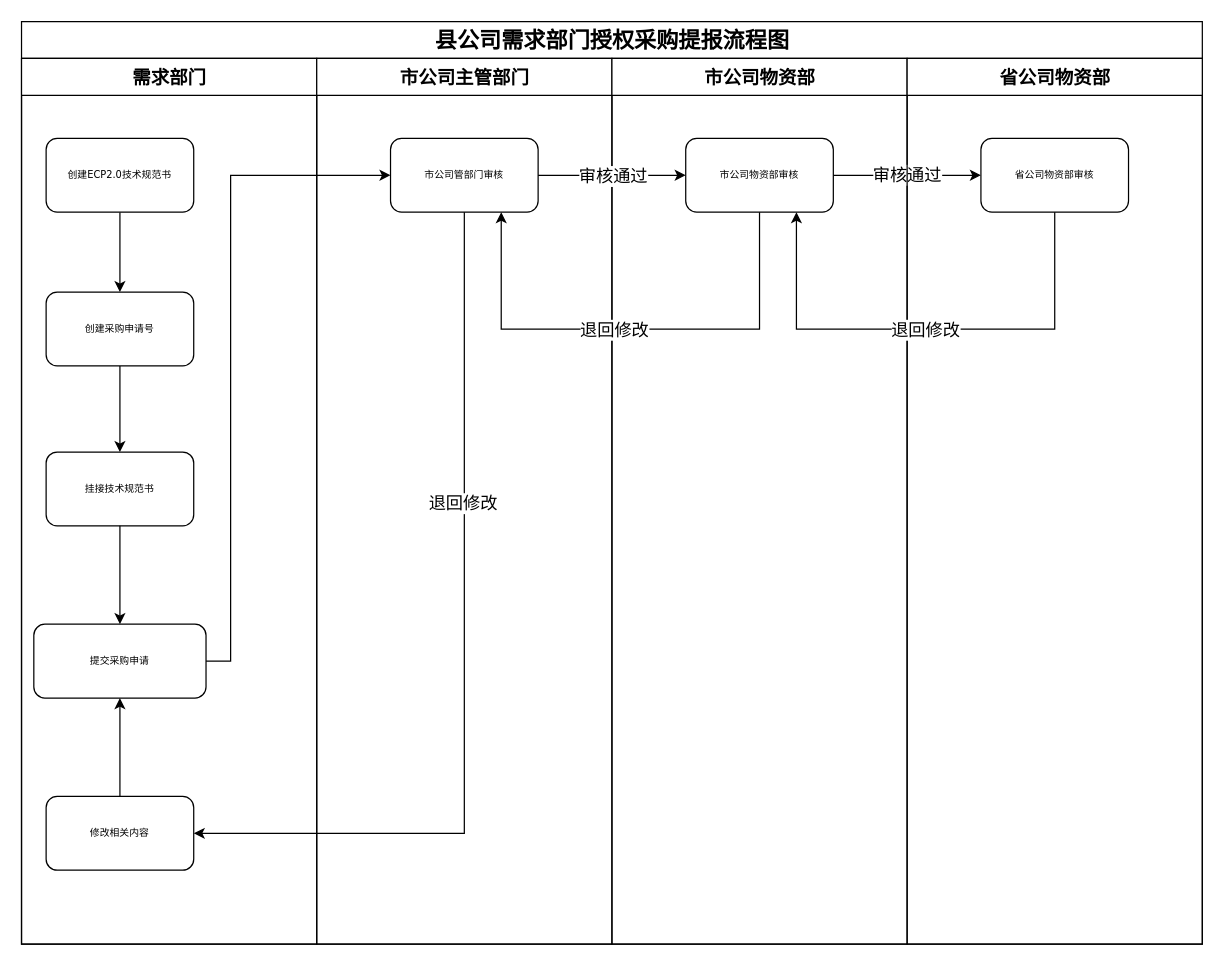
KongValley/hugo keeps this draw.io diagram as 县公司提报流程.drawio. Above is the earlier version. Source tidied: cells renumbered, new cells numbered last; positions are measured from the earlier drawing's top-left corner, leaving out a move shared by most shapes. Both pictures are drawn from the tidied source at 123%, with x=0, y=0 at pixel (21, 21).
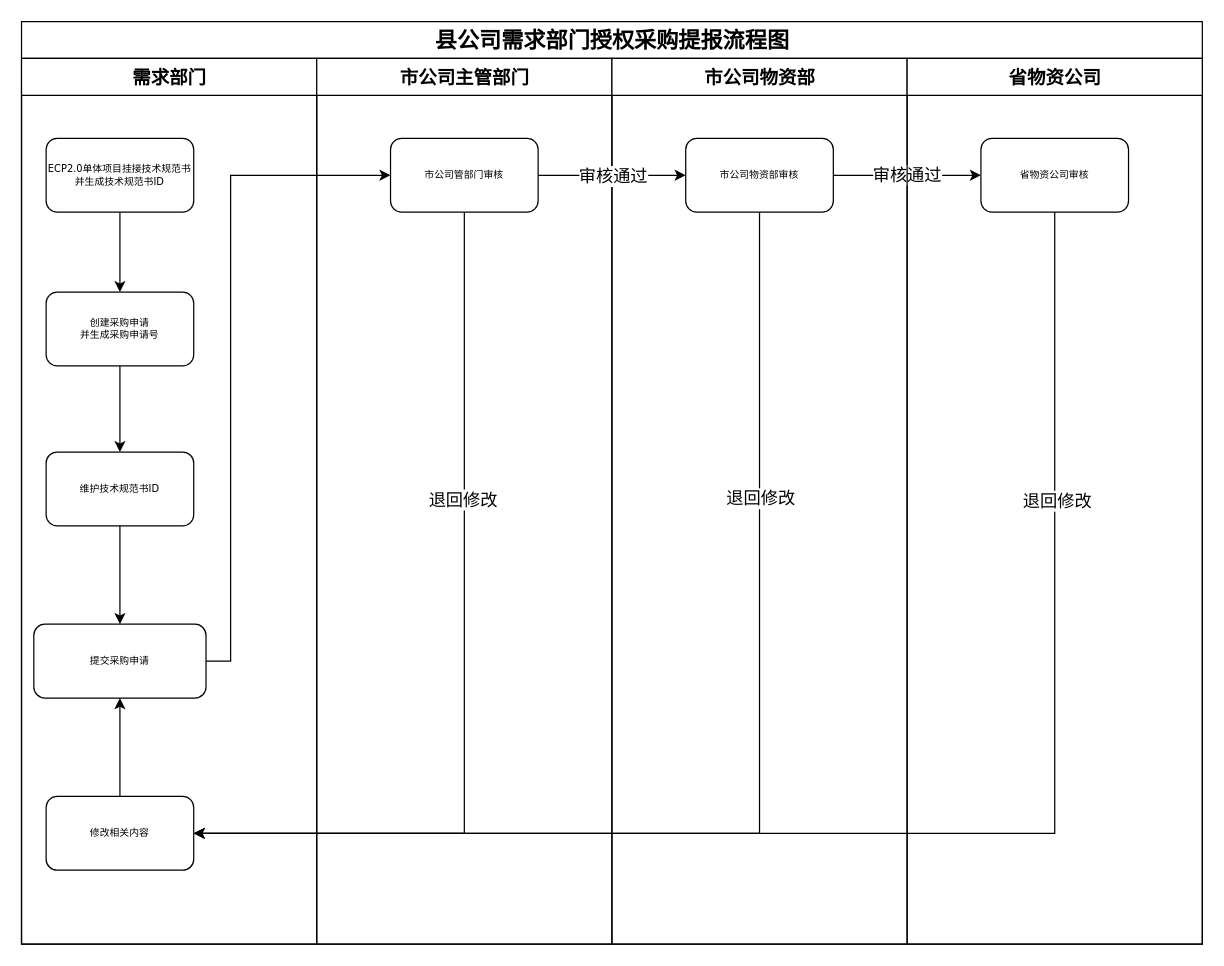
The same diagram, later.

Commit message:
Update 县公司提报流程.drawio

Unchanged cells that the change refers to:
```xml
<mxCell id="2" value="&lt;font style=&quot;font-size: 18px;&quot;&gt;县公司需求部门授权采购提报流程图&lt;/font&gt;" style="swimlane;html=1;startSize=30;rounded=0;shadow=0;labelBackgroundColor=none;strokeWidth=1;fontFamily=Verdana;fontSize=18;align=center;" parent="1" vertex="1">
  <mxGeometry width="960" height="750" as="geometry" />
</mxCell>
<mxCell id="3" value="需求部门" style="swimlane;html=1;startSize=30;fontSize=15;" parent="2" vertex="1">
  <mxGeometry y="30" width="240" height="720" as="geometry" />
</mxCell>
<mxCell id="10" value="市公司管部门审核" style="whiteSpace=wrap;html=1;rounded=1;shadow=0;fontFamily=Verdana;fontSize=8;strokeWidth=1;" parent="9" vertex="1">
  <mxGeometry x="60" y="65" width="120" height="60" as="geometry" />
</mxCell>
<mxCell id="12" value="市公司物资部审核" style="whiteSpace=wrap;html=1;rounded=1;shadow=0;fontFamily=Verdana;fontSize=8;strokeWidth=1;" parent="11" vertex="1">
  <mxGeometry x="60" y="65" width="120" height="60" as="geometry" />
</mxCell>
<mxCell id="25" style="edgeStyle=orthogonalEdgeStyle;rounded=0;jettySize=auto;html=1;fontSize=14;entryX=1;entryY=0.5;entryDx=0;entryDy=0;" parent="1" edge="1" source="10" target="28">
  <mxGeometry relative="1" as="geometry">
    <Array as="points">
      <mxPoint x="360" y="660" />
    </Array>
  </mxGeometry>
</mxCell>
<mxCell id="28" value="修改相关内容" style="whiteSpace=wrap;html=1;rounded=1;shadow=0;fontFamily=Verdana;fontSize=8;strokeWidth=1;" parent="1" vertex="1">
  <mxGeometry x="20" y="630" width="120" height="60" as="geometry" />
</mxCell>
```

Diff of the diagram source:
```diff
@@
-    <mxCell id="5" value="创建ECP2.0技术规范书" style="rounded=1;whiteSpace=wrap;html=1;shadow=0;labelBackgroundColor=none;strokeWidth=1;fontFamily=Verdana;fontSize=8;align=center;" parent="3" vertex="1">
+    <mxCell id="5" value="ECP2.0单体项目挂接技术规范书并生成技术规范书ID" style="rounded=1;whiteSpace=wrap;html=1;shadow=0;labelBackgroundColor=none;strokeWidth=1;fontFamily=Verdana;fontSize=8;align=center;" parent="3" vertex="1">
       <mxGeometry x="20" y="65" width="120" height="60" as="geometry" />
     </mxCell>
@@
-    <mxCell id="7" value="创建采购申请号" style="rounded=1;whiteSpace=wrap;html=1;shadow=0;labelBackgroundColor=none;strokeWidth=1;fontFamily=Verdana;fontSize=8;align=center;" parent="3" vertex="1">
+    <mxCell id="7" value="创建采购申请&lt;br&gt;并生成采购申请号" style="rounded=1;whiteSpace=wrap;html=1;shadow=0;labelBackgroundColor=none;strokeWidth=1;fontFamily=Verdana;fontSize=8;align=center;" parent="3" vertex="1">
       <mxGeometry x="20" y="190" width="120" height="60" as="geometry" />
     </mxCell>
-    <mxCell id="8" value="挂接技术规范书" style="rounded=1;whiteSpace=wrap;html=1;shadow=0;labelBackgroundColor=none;strokeWidth=1;fontFamily=Verdana;fontSize=8;align=center;" parent="3" vertex="1">
+    <mxCell id="8" value="维护技术规范书ID" style="rounded=1;whiteSpace=wrap;html=1;shadow=0;labelBackgroundColor=none;strokeWidth=1;fontFamily=Verdana;fontSize=8;align=center;" parent="3" vertex="1">
       <mxGeometry x="20" y="320" width="120" height="60" as="geometry" />
     </mxCell>
@@
-    <mxCell id="16" value="省公司物资部" style="swimlane;html=1;startSize=30;fontSize=15;" parent="2" vertex="1">
+    <mxCell id="16" value="省物资公司" style="swimlane;html=1;startSize=30;fontSize=15;" parent="2" vertex="1">
       <mxGeometry x="720" y="30" width="240" height="720" as="geometry" />
     </mxCell>
-    <mxCell id="17" value="省公司物资部审核" style="whiteSpace=wrap;html=1;rounded=1;shadow=0;fontFamily=Verdana;fontSize=8;strokeWidth=1;" parent="16" vertex="1">
+    <mxCell id="17" value="省物资公司审核" style="whiteSpace=wrap;html=1;rounded=1;shadow=0;fontFamily=Verdana;fontSize=8;strokeWidth=1;" parent="16" vertex="1">
       <mxGeometry x="60" y="65" width="120" height="60" as="geometry" />
     </mxCell>
-    <mxCell id="18" style="edgeStyle=orthogonalEdgeStyle;rounded=0;jettySize=auto;html=1;fontSize=14;" parent="2" edge="1" source="17">
-      <mxGeometry relative="1" as="geometry">
-        <mxPoint x="630" y="155" as="targetPoint" />
-        <Array as="points">
-          <mxPoint x="840" y="250" />
-          <mxPoint x="630" y="250" />
-        </Array>
-      </mxGeometry>
-    </mxCell>
-    <mxCell id="19" value="退回修改" style="edgeLabel;html=1;align=center;verticalAlign=middle;fontSize=14;" parent="18" vertex="1">
-      <mxGeometry x="0.08" y="-1" relative="1" as="geometry">
-        <mxPoint x="15" y="1" as="offset" />
-      </mxGeometry>
-    </mxCell>
-    <mxCell id="20" style="edgeStyle=orthogonalEdgeStyle;rounded=0;jettySize=auto;html=1;entryX=0.75;entryY=1;entryDx=0;entryDy=0;fontSize=14;" parent="2" edge="1" source="12" target="10">
-      <mxGeometry relative="1" as="geometry">
-        <Array as="points">
-          <mxPoint x="600" y="250" />
-          <mxPoint x="390" y="250" />
-        </Array>
-      </mxGeometry>
-    </mxCell>
-    <mxCell id="21" value="退回修改" style="edgeLabel;html=1;align=center;verticalAlign=middle;fontSize=14;" parent="20" vertex="1">
-      <mxGeometry x="-0.1" relative="1" as="geometry">
-        <mxPoint x="-34" as="offset" />
-      </mxGeometry>
-    </mxCell>
@@
     <mxCell id="26" value="退回修改" style="edgeLabel;html=1;align=center;verticalAlign=middle;fontSize=14;" parent="25" vertex="1">
-      <mxGeometry x="-0.35" y="-2" relative="1" as="geometry" />
+      <mxGeometry x="-0.35" y="-2" relative="1" as="geometry">
+        <mxPoint y="-3" as="offset" />
+      </mxGeometry>
     </mxCell>
@@
+    <mxCell id="18" style="edgeStyle=orthogonalEdgeStyle;rounded=0;jettySize=auto;html=1;fontSize=14;entryX=1;entryY=0.5;entryDx=0;entryDy=0;" parent="1" edge="1" source="17" target="28">
+      <mxGeometry relative="1" as="geometry">
+        <Array as="points">
+          <mxPoint x="840" y="660" />
+        </Array>
+      </mxGeometry>
+    </mxCell>
+    <mxCell id="19" value="退回修改" style="edgeLabel;html=1;align=center;verticalAlign=middle;fontSize=14;" parent="18" vertex="1">
+      <mxGeometry x="0.08" y="-1" relative="1" as="geometry">
+        <mxPoint x="147" y="-270" as="offset" />
+      </mxGeometry>
+    </mxCell>
+    <mxCell id="20" style="edgeStyle=orthogonalEdgeStyle;rounded=0;jettySize=auto;html=1;fontSize=14;entryX=1;entryY=0.5;entryDx=0;entryDy=0;" parent="1" edge="1" source="12" target="28">
+      <mxGeometry relative="1" as="geometry">
+        <Array as="points">
+          <mxPoint x="600" y="660" />
+        </Array>
+      </mxGeometry>
+    </mxCell>
+    <mxCell id="21" value="退回修改" style="edgeLabel;html=1;align=center;verticalAlign=middle;fontSize=14;" parent="20" vertex="1">
+      <mxGeometry x="-0.1" relative="1" as="geometry">
+        <mxPoint y="-202" as="offset" />
+      </mxGeometry>
+    </mxCell>
```
